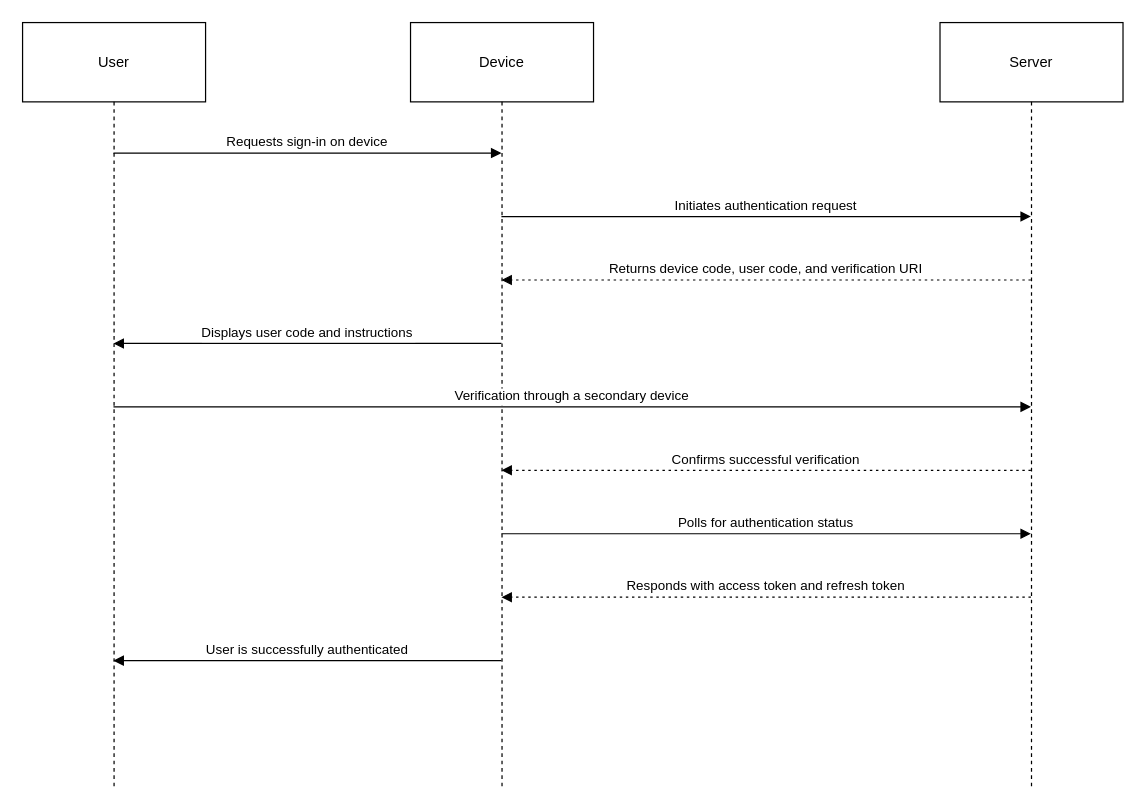
The draw.io diagram Untitled Diagram.drawio in sschandran/security_dashboard, before the edit. Source tidied: cells renumbered, new cells numbered last; positions are measured from the earlier drawing's top-left corner, leaving out a move shared by most shapes. Both pictures are drawn from the tidied source at 122%, with x=0, y=0 at pixel (22, 22).
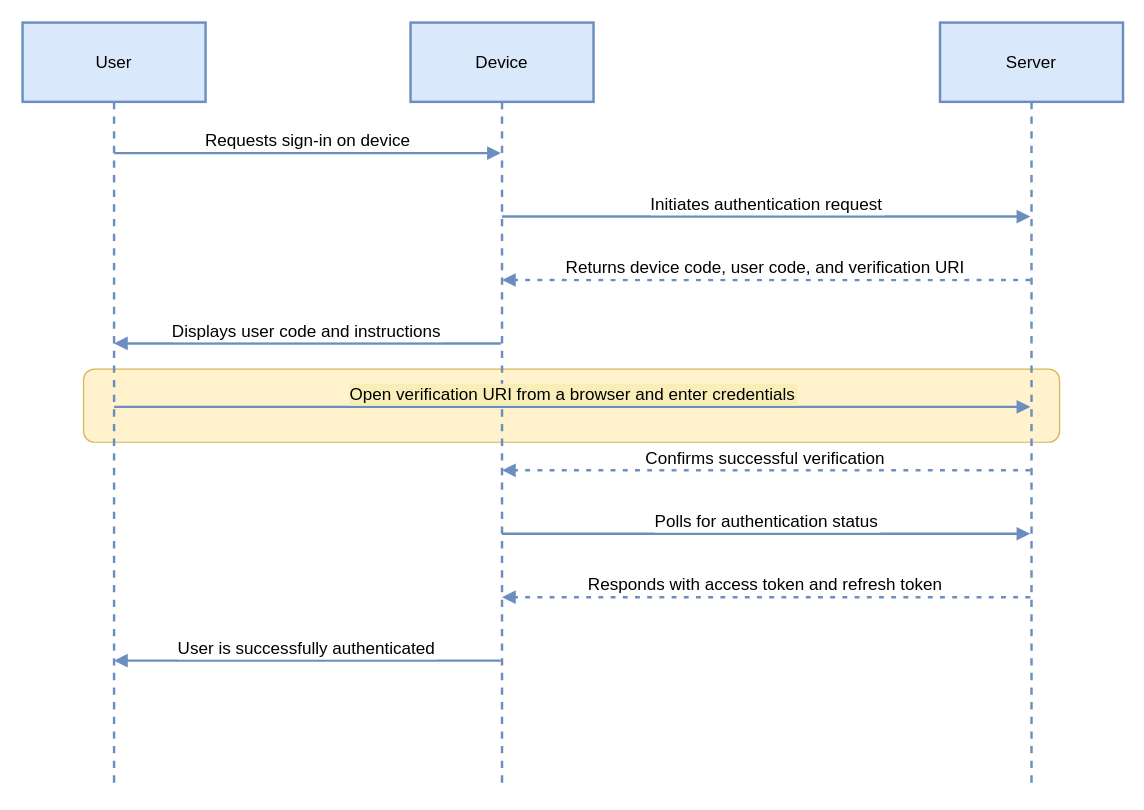
The same page after the edit.

Commit message:
oauth2_with_ssh

What changed in the source:
```diff
@@
+    <mxCell id="14" style="rounded=1;whiteSpace=wrap;html=1;fillColor=#fff2cc;strokeColor=#d6b656;" parent="1" vertex="1">
+      <mxGeometry x="50" y="284" width="800" height="60" as="geometry" />
+    </mxCell>
-    <mxCell id="2" value="User" style="shape=umlLifeline;perimeter=lifelinePerimeter;whiteSpace=wrap;outlineConnect=0;portConstraint=eastwest;newEdgeStyle={&quot;edgeStyle&quot;:&quot;elbowEdgeStyle&quot;,&quot;elbow&quot;:&quot;vertical&quot;,&quot;curved&quot;:0,&quot;rounded&quot;:0};size=65;" parent="1" vertex="1">
+    <mxCell id="2" value="User" style="shape=umlLifeline;perimeter=lifelinePerimeter;whiteSpace=wrap;outlineConnect=0;portConstraint=eastwest;newEdgeStyle={&quot;edgeStyle&quot;:&quot;elbowEdgeStyle&quot;,&quot;elbow&quot;:&quot;vertical&quot;,&quot;curved&quot;:0,&quot;rounded&quot;:0};size=65;fillColor=#dae8fc;strokeColor=#6c8ebf;strokeWidth=2;fontSize=14;" parent="1" vertex="1">
       <mxGeometry width="150" height="628" as="geometry" />
     </mxCell>
-    <mxCell id="3" value="Device" style="shape=umlLifeline;perimeter=lifelinePerimeter;whiteSpace=wrap;outlineConnect=0;portConstraint=eastwest;newEdgeStyle={&quot;edgeStyle&quot;:&quot;elbowEdgeStyle&quot;,&quot;elbow&quot;:&quot;vertical&quot;,&quot;curved&quot;:0,&quot;rounded&quot;:0};size=65;" parent="1" vertex="1">
+    <mxCell id="3" value="Device" style="shape=umlLifeline;perimeter=lifelinePerimeter;whiteSpace=wrap;outlineConnect=0;portConstraint=eastwest;newEdgeStyle={&quot;edgeStyle&quot;:&quot;elbowEdgeStyle&quot;,&quot;elbow&quot;:&quot;vertical&quot;,&quot;curved&quot;:0,&quot;rounded&quot;:0};size=65;fillColor=#dae8fc;strokeColor=#6c8ebf;strokeWidth=2;fontSize=14;" parent="1" vertex="1">
       <mxGeometry x="318" width="150" height="628" as="geometry" />
     </mxCell>
-    <mxCell id="4" value="Server" style="shape=umlLifeline;perimeter=lifelinePerimeter;whiteSpace=wrap;outlineConnect=0;portConstraint=eastwest;newEdgeStyle={&quot;edgeStyle&quot;:&quot;elbowEdgeStyle&quot;,&quot;elbow&quot;:&quot;vertical&quot;,&quot;curved&quot;:0,&quot;rounded&quot;:0};size=65;" parent="1" vertex="1">
+    <mxCell id="4" value="Server" style="shape=umlLifeline;perimeter=lifelinePerimeter;whiteSpace=wrap;outlineConnect=0;portConstraint=eastwest;newEdgeStyle={&quot;edgeStyle&quot;:&quot;elbowEdgeStyle&quot;,&quot;elbow&quot;:&quot;vertical&quot;,&quot;curved&quot;:0,&quot;rounded&quot;:0};size=65;fillColor=#dae8fc;strokeColor=#6c8ebf;strokeWidth=2;fontSize=14;" parent="1" vertex="1">
       <mxGeometry x="752" width="150" height="628" as="geometry" />
     </mxCell>
-    <mxCell id="5" value="Requests sign-in on device" style="verticalAlign=bottom;edgeStyle=elbowEdgeStyle;elbow=vertical;curved=0;rounded=0;endArrow=block;" parent="1" edge="1" source="2" target="3">
+    <mxCell id="5" value="Requests sign-in on device" style="verticalAlign=bottom;edgeStyle=elbowEdgeStyle;elbow=vertical;curved=0;rounded=0;endArrow=block;fillColor=#dae8fc;strokeColor=#6c8ebf;strokeWidth=2;fontSize=14;" parent="1" edge="1" source="2" target="3">
       <mxGeometry relative="1" as="geometry">
         <Array as="points">
           <mxPoint x="243" y="107" />
         </Array>
       </mxGeometry>
     </mxCell>
-    <mxCell id="6" value="Initiates authentication request" style="verticalAlign=bottom;edgeStyle=elbowEdgeStyle;elbow=vertical;curved=0;rounded=0;endArrow=block;" parent="1" edge="1" source="3" target="4">
+    <mxCell id="6" value="Initiates authentication request" style="verticalAlign=bottom;edgeStyle=elbowEdgeStyle;elbow=vertical;curved=0;rounded=0;endArrow=block;fillColor=#dae8fc;strokeColor=#6c8ebf;strokeWidth=2;fontSize=14;" parent="1" edge="1" source="3" target="4">
       <mxGeometry relative="1" as="geometry">
         <Array as="points">
           <mxPoint x="619" y="159" />
         </Array>
       </mxGeometry>
     </mxCell>
-    <mxCell id="7" value="Returns device code, user code, and verification URI" style="verticalAlign=bottom;edgeStyle=elbowEdgeStyle;elbow=vertical;curved=0;rounded=0;dashed=1;dashPattern=2 3;endArrow=block;" parent="1" edge="1" source="4" target="3">
+    <mxCell id="7" value="Returns device code, user code, and verification URI" style="verticalAlign=bottom;edgeStyle=elbowEdgeStyle;elbow=vertical;curved=0;rounded=0;dashed=1;dashPattern=2 3;endArrow=block;fillColor=#dae8fc;strokeColor=#6c8ebf;strokeWidth=2;fontSize=14;" parent="1" edge="1" source="4" target="3">
       <mxGeometry relative="1" as="geometry">
         <Array as="points">
           <mxPoint x="622" y="211" />
         </Array>
       </mxGeometry>
     </mxCell>
-    <mxCell id="8" value="Displays user code and instructions" style="verticalAlign=bottom;edgeStyle=elbowEdgeStyle;elbow=vertical;curved=0;rounded=0;endArrow=block;" parent="1" edge="1" source="3" target="2">
+    <mxCell id="8" value="Displays user code and instructions" style="verticalAlign=bottom;edgeStyle=elbowEdgeStyle;elbow=vertical;curved=0;rounded=0;endArrow=block;fillColor=#dae8fc;strokeColor=#6c8ebf;strokeWidth=2;fontSize=14;" parent="1" edge="1" source="3" target="2">
       <mxGeometry relative="1" as="geometry">
         <Array as="points">
           <mxPoint x="246" y="263" />
         </Array>
       </mxGeometry>
     </mxCell>
-    <mxCell id="9" value="Verification through a secondary device" style="verticalAlign=bottom;edgeStyle=elbowEdgeStyle;elbow=vertical;curved=0;rounded=0;endArrow=block;" parent="1" edge="1" source="2" target="4">
+    <mxCell id="9" value="Open verification URI from a browser and enter credentials" style="verticalAlign=bottom;edgeStyle=elbowEdgeStyle;elbow=vertical;curved=0;rounded=0;endArrow=block;fillColor=#dae8fc;strokeColor=#6c8ebf;strokeWidth=2;fontSize=14;labelBackgroundColor=light-dark(#f9eeb8, #ededed);" parent="1" edge="1" source="2" target="4">
       <mxGeometry relative="1" as="geometry">
         <Array as="points">
           <mxPoint x="460" y="315" />
         </Array>
       </mxGeometry>
     </mxCell>
-    <mxCell id="10" value="Confirms successful verification" style="verticalAlign=bottom;edgeStyle=elbowEdgeStyle;elbow=vertical;curved=0;rounded=0;dashed=1;dashPattern=2 3;endArrow=block;" parent="1" edge="1" source="4" target="3">
+    <mxCell id="10" value="Confirms successful verification" style="verticalAlign=bottom;edgeStyle=elbowEdgeStyle;elbow=vertical;curved=0;rounded=0;dashed=1;dashPattern=2 3;endArrow=block;fillColor=#dae8fc;strokeColor=#6c8ebf;strokeWidth=2;fontSize=14;" parent="1" edge="1" source="4" target="3">
       <mxGeometry relative="1" as="geometry">
         <Array as="points">
           <mxPoint x="622" y="367" />
         </Array>
       </mxGeometry>
     </mxCell>
-    <mxCell id="11" value="Polls for authentication status" style="verticalAlign=bottom;edgeStyle=elbowEdgeStyle;elbow=vertical;curved=0;rounded=0;endArrow=block;" parent="1" edge="1" source="3" target="4">
+    <mxCell id="11" value="Polls for authentication status" style="verticalAlign=bottom;edgeStyle=elbowEdgeStyle;elbow=vertical;curved=0;rounded=0;endArrow=block;fillColor=#dae8fc;strokeColor=#6c8ebf;strokeWidth=2;fontSize=14;" parent="1" edge="1" source="3" target="4">
       <mxGeometry relative="1" as="geometry">
         <Array as="points">
           <mxPoint x="619" y="419" />
         </Array>
       </mxGeometry>
     </mxCell>
-    <mxCell id="12" value="Responds with access token and refresh token" style="verticalAlign=bottom;edgeStyle=elbowEdgeStyle;elbow=vertical;curved=0;rounded=0;dashed=1;dashPattern=2 3;endArrow=block;" parent="1" edge="1" source="4" target="3">
+    <mxCell id="12" value="Responds with access token and refresh token" style="verticalAlign=bottom;edgeStyle=elbowEdgeStyle;elbow=vertical;curved=0;rounded=0;dashed=1;dashPattern=2 3;endArrow=block;fillColor=#dae8fc;strokeColor=#6c8ebf;strokeWidth=2;fontSize=14;" parent="1" edge="1" source="4" target="3">
       <mxGeometry relative="1" as="geometry">
         <Array as="points">
           <mxPoint x="622" y="471" />
         </Array>
       </mxGeometry>
     </mxCell>
-    <mxCell id="13" value="User is successfully authenticated" style="verticalAlign=bottom;edgeStyle=elbowEdgeStyle;elbow=vertical;curved=0;rounded=0;endArrow=block;" parent="1" edge="1" source="3" target="2">
+    <mxCell id="13" value="User is successfully authenticated" style="verticalAlign=bottom;edgeStyle=elbowEdgeStyle;elbow=vertical;curved=0;rounded=0;endArrow=block;fillColor=#dae8fc;strokeColor=#6c8ebf;strokeWidth=2;fontSize=14;" parent="1" edge="1" source="3" target="2">
       <mxGeometry relative="1" as="geometry">
         <Array as="points">
           <mxPoint x="246" y="523" />
         </Array>
       </mxGeometry>
     </mxCell>
```
